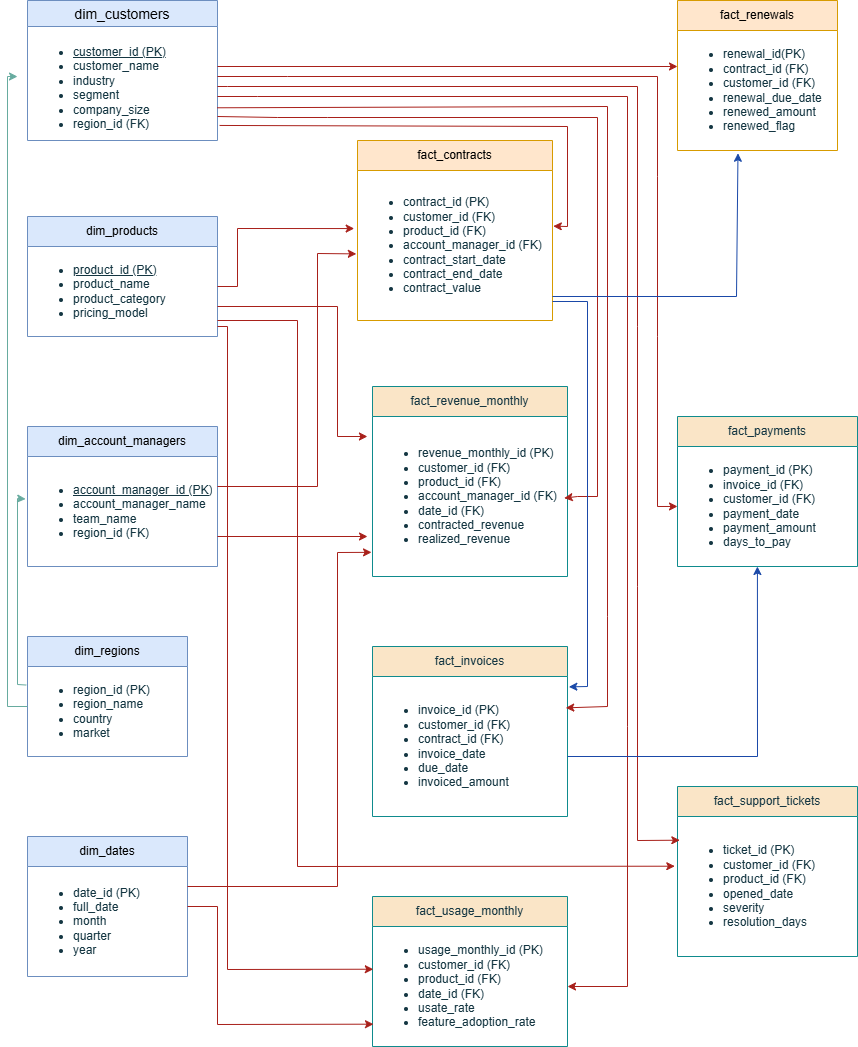
The draw.io diagram images/erd.drawio.png in gitTSM/revenue-leakage-retention-command-center, before a commit. Source tidied: cells renumbered, new cells last; positions are measured from the earlier drawing's top-left corner, leaving out a move shared by most shapes. Its diagram source:
```xml
<mxGraphModel background="#ffffff">
  <root>
    <mxCell id="0" />
    <mxCell id="1" parent="0" />
    <mxCell id="2" value="dim_products" style="swimlane;fontStyle=0;horizontal=1;startSize=30;whiteSpace=wrap;html=1;labelBackgroundColor=none;fillColor=#dae8fc;strokeColor=#6c8ebf;" parent="1" vertex="1">
      <mxGeometry x="20" y="216" width="190" height="120" as="geometry" />
    </mxCell>
    <mxCell id="3" value="&lt;ul&gt;&lt;li&gt;&lt;u&gt;product_id (PK)&lt;/u&gt;&lt;/li&gt;&lt;li&gt;product_name&lt;/li&gt;&lt;li&gt;product_category&lt;/li&gt;&lt;li&gt;pricing_model&lt;/li&gt;&lt;/ul&gt;" style="text;strokeColor=none;fillColor=none;align=left;verticalAlign=middle;spacingLeft=4;spacingRight=4;overflow=hidden;whiteSpace=wrap;html=1;labelBackgroundColor=none;fontColor=#143642;" parent="2" vertex="1">
      <mxGeometry y="30" width="190" height="90" as="geometry" />
    </mxCell>
    <mxCell id="4" value="fact_contracts" style="swimlane;fontStyle=0;horizontal=1;startSize=30;whiteSpace=wrap;html=1;labelBackgroundColor=none;fillColor=#ffe6cc;strokeColor=#d79b00;" parent="1" vertex="1">
      <mxGeometry x="350" y="140" width="195" height="180" as="geometry" />
    </mxCell>
    <mxCell id="5" value="&lt;ul&gt;&lt;li&gt;contract_id (PK)&lt;/li&gt;&lt;li&gt;customer_id (FK)&lt;/li&gt;&lt;li&gt;product_id (FK)&lt;/li&gt;&lt;li&gt;account_manager_id (FK)&lt;/li&gt;&lt;li&gt;contract_start_date&lt;/li&gt;&lt;li&gt;contract_end_date&lt;/li&gt;&lt;li&gt;contract_value&lt;/li&gt;&lt;/ul&gt;" style="text;strokeColor=none;fillColor=none;align=left;verticalAlign=middle;spacingLeft=4;spacingRight=4;overflow=hidden;points=[[0,0.5],[1,0.5]];portConstraint=eastwest;whiteSpace=wrap;html=1;labelBackgroundColor=none;fontColor=#143642;" parent="4" vertex="1">
      <mxGeometry y="30" width="195" height="150" as="geometry" />
    </mxCell>
    <mxCell id="6" value="dim_customers" style="swimlane;fontStyle=0;horizontal=1;startSize=26;align=center;fontSize=14;labelBackgroundColor=none;fillColor=#dae8fc;strokeColor=#6c8ebf;" parent="1" vertex="1">
      <mxGeometry x="20" width="190" height="140" as="geometry" />
    </mxCell>
    <mxCell id="7" value="&lt;div&gt;&lt;ul&gt;&lt;li&gt;&lt;u&gt;customer_id (PK)&lt;/u&gt;&lt;/li&gt;&lt;li&gt;customer_name&lt;/li&gt;&lt;li&gt;industry&lt;/li&gt;&lt;li&gt;segment&lt;/li&gt;&lt;li&gt;company_size&lt;/li&gt;&lt;li&gt;region_id (FK)&lt;/li&gt;&lt;/ul&gt;&lt;/div&gt;" style="text;strokeColor=none;fillColor=none;spacingLeft=4;spacingRight=4;overflow=hidden;points=[[0,0.5],[1,0.5]];portConstraint=eastwest;fontSize=12;whiteSpace=wrap;html=1;labelBackgroundColor=none;fontColor=#143642;" parent="6" vertex="1">
      <mxGeometry y="26" width="190" height="114" as="geometry" />
    </mxCell>
    <mxCell id="8" value="dim_account_managers" style="swimlane;fontStyle=0;horizontal=1;startSize=30;whiteSpace=wrap;html=1;labelBackgroundColor=none;fillColor=#dae8fc;strokeColor=#6c8ebf;" parent="1" vertex="1">
      <mxGeometry x="20" y="426" width="190" height="140" as="geometry" />
    </mxCell>
    <mxCell id="9" value="&lt;ul&gt;&lt;li&gt;&lt;u&gt;account_manager_id (PK)&lt;/u&gt;&lt;/li&gt;&lt;li&gt;account_manager_name&lt;/li&gt;&lt;li&gt;team_name&lt;/li&gt;&lt;li&gt;region_id (FK)&lt;/li&gt;&lt;/ul&gt;" style="text;strokeColor=none;fillColor=none;align=left;verticalAlign=middle;spacingLeft=4;spacingRight=4;overflow=hidden;points=[[0,0.5],[1,0.5]];portConstraint=eastwest;whiteSpace=wrap;html=1;labelBackgroundColor=none;fontColor=#143642;" parent="8" vertex="1">
      <mxGeometry y="30" width="190" height="110" as="geometry" />
    </mxCell>
    <mxCell id="10" value="dim_regions" style="swimlane;fontStyle=0;horizontal=1;startSize=30;whiteSpace=wrap;html=1;labelBackgroundColor=none;fillColor=#dae8fc;strokeColor=#6c8ebf;" parent="1" vertex="1">
      <mxGeometry x="20" y="636" width="160" height="120" as="geometry" />
    </mxCell>
    <mxCell id="11" value="&lt;ul&gt;&lt;li&gt;region_id (PK)&lt;/li&gt;&lt;li&gt;region_name&lt;/li&gt;&lt;li&gt;country&lt;/li&gt;&lt;li&gt;market&lt;/li&gt;&lt;/ul&gt;" style="text;strokeColor=none;fillColor=none;align=left;verticalAlign=middle;spacingLeft=4;spacingRight=4;overflow=hidden;points=[[0,0.5],[1,0.5]];portConstraint=eastwest;whiteSpace=wrap;html=1;labelBackgroundColor=none;fontColor=#143642;" parent="10" vertex="1">
      <mxGeometry y="30" width="160" height="90" as="geometry" />
    </mxCell>
    <mxCell id="12" value="dim_dates" style="swimlane;fontStyle=0;horizontal=1;startSize=30;whiteSpace=wrap;html=1;labelBackgroundColor=none;fillColor=#dae8fc;strokeColor=#6c8ebf;" parent="1" vertex="1">
      <mxGeometry x="20" y="836" width="160" height="140" as="geometry" />
    </mxCell>
    <mxCell id="13" value="&lt;ul&gt;&lt;li&gt;date_id (PK)&lt;/li&gt;&lt;li&gt;full_date&lt;/li&gt;&lt;li&gt;month&lt;/li&gt;&lt;li&gt;quarter&lt;/li&gt;&lt;li&gt;year&lt;/li&gt;&lt;/ul&gt;" style="text;strokeColor=none;fillColor=none;align=left;verticalAlign=middle;spacingLeft=4;spacingRight=4;overflow=hidden;whiteSpace=wrap;html=1;labelBackgroundColor=none;fontColor=#143642;" parent="12" vertex="1">
      <mxGeometry y="30" width="160" height="110" as="geometry" />
    </mxCell>
    <mxCell id="14" value="fact_renewals" style="swimlane;fontStyle=0;horizontal=1;startSize=30;whiteSpace=wrap;html=1;labelBackgroundColor=none;fillColor=#ffe6cc;strokeColor=#d79b00;" parent="1" vertex="1">
      <mxGeometry x="670" width="160" height="150" as="geometry" />
    </mxCell>
    <mxCell id="15" value="&lt;ul&gt;&lt;li&gt;renewal_id(PK)&lt;/li&gt;&lt;li&gt;contract_id (FK)&lt;/li&gt;&lt;li&gt;customer_id (FK)&lt;/li&gt;&lt;li&gt;renewal_due_date&lt;/li&gt;&lt;li&gt;renewed_amount&lt;/li&gt;&lt;li&gt;renewed_flag&lt;/li&gt;&lt;/ul&gt;" style="text;strokeColor=none;fillColor=none;align=left;verticalAlign=middle;spacingLeft=4;spacingRight=4;overflow=hidden;points=[[0,0.5],[1,0.5]];portConstraint=eastwest;whiteSpace=wrap;html=1;labelBackgroundColor=none;fontColor=#143642;" parent="14" vertex="1">
      <mxGeometry y="30" width="160" height="120" as="geometry" />
    </mxCell>
    <mxCell id="16" value="fact_revenue_monthly" style="swimlane;fontStyle=0;horizontal=1;startSize=30;whiteSpace=wrap;html=1;labelBackgroundColor=none;fillColor=#FAE5C7;strokeColor=#0F8B8D;fontColor=#143642;" parent="1" vertex="1">
      <mxGeometry x="365" y="386" width="195" height="190" as="geometry" />
    </mxCell>
    <mxCell id="17" value="&lt;ul&gt;&lt;li&gt;revenue_monthly_id (PK)&lt;/li&gt;&lt;li&gt;customer_id (FK)&lt;/li&gt;&lt;li&gt;product_id (FK)&lt;/li&gt;&lt;li&gt;account_manager_id (FK)&lt;/li&gt;&lt;li&gt;date_id (FK)&lt;/li&gt;&lt;li&gt;contracted_revenue&lt;/li&gt;&lt;li&gt;realized_revenue&lt;/li&gt;&lt;/ul&gt;" style="text;strokeColor=none;fillColor=none;align=left;verticalAlign=middle;spacingLeft=4;spacingRight=4;overflow=hidden;points=[[0,0.5],[1,0.5]];portConstraint=eastwest;whiteSpace=wrap;html=1;labelBackgroundColor=none;fontColor=#143642;" parent="16" vertex="1">
      <mxGeometry y="30" width="195" height="160" as="geometry" />
    </mxCell>
    <mxCell id="18" value="fact_invoices" style="swimlane;fontStyle=0;horizontal=1;startSize=30;whiteSpace=wrap;html=1;labelBackgroundColor=none;fillColor=#FAE5C7;strokeColor=#0F8B8D;fontColor=#143642;" parent="1" vertex="1">
      <mxGeometry x="365" y="646" width="195" height="170" as="geometry" />
    </mxCell>
    <mxCell id="19" value="&lt;ul&gt;&lt;li&gt;invoice_id (PK)&lt;/li&gt;&lt;li&gt;customer_id (FK)&lt;/li&gt;&lt;li&gt;contract_id (FK)&lt;/li&gt;&lt;li&gt;invoice_date&lt;/li&gt;&lt;li&gt;due_date&lt;/li&gt;&lt;li&gt;invoiced_amount&lt;/li&gt;&lt;/ul&gt;" style="text;strokeColor=none;fillColor=none;align=left;verticalAlign=middle;spacingLeft=4;spacingRight=4;overflow=hidden;points=[[0,0.5],[1,0.5]];portConstraint=eastwest;whiteSpace=wrap;html=1;labelBackgroundColor=none;fontColor=#143642;" parent="18" vertex="1">
      <mxGeometry y="30" width="195" height="140" as="geometry" />
    </mxCell>
    <mxCell id="20" value="fact_payments" style="swimlane;fontStyle=0;horizontal=1;startSize=30;whiteSpace=wrap;html=1;labelBackgroundColor=none;fillColor=#FAE5C7;strokeColor=#0F8B8D;fontColor=#143642;" parent="1" vertex="1">
      <mxGeometry x="670" y="416" width="180" height="150" as="geometry" />
    </mxCell>
    <mxCell id="21" value="&lt;ul&gt;&lt;li&gt;payment_id (PK)&lt;/li&gt;&lt;li&gt;invoice_id (FK)&lt;/li&gt;&lt;li&gt;customer_id (FK)&lt;/li&gt;&lt;li&gt;payment_date&lt;/li&gt;&lt;li&gt;payment_amount&lt;/li&gt;&lt;li&gt;days_to_pay&lt;/li&gt;&lt;/ul&gt;" style="text;strokeColor=none;fillColor=none;align=left;verticalAlign=middle;spacingLeft=4;spacingRight=4;overflow=hidden;points=[[0,0.5],[1,0.5]];portConstraint=eastwest;whiteSpace=wrap;html=1;labelBackgroundColor=none;fontColor=#143642;" parent="20" vertex="1">
      <mxGeometry y="30" width="180" height="120" as="geometry" />
    </mxCell>
    <mxCell id="22" value="fact_usage_monthly" style="swimlane;fontStyle=0;horizontal=1;startSize=30;whiteSpace=wrap;html=1;labelBackgroundColor=none;fillColor=#FAE5C7;strokeColor=#0F8B8D;fontColor=#143642;" parent="1" vertex="1">
      <mxGeometry x="365" y="896" width="195" height="150" as="geometry" />
    </mxCell>
    <mxCell id="23" value="&lt;ul&gt;&lt;li&gt;usage_monthly_id (PK)&lt;/li&gt;&lt;li&gt;customer_id (FK)&lt;/li&gt;&lt;li&gt;product_id (FK)&lt;/li&gt;&lt;li&gt;date_id (FK)&lt;/li&gt;&lt;li&gt;usate_rate&lt;/li&gt;&lt;li&gt;feature_adoption_rate&lt;/li&gt;&lt;/ul&gt;" style="text;strokeColor=none;fillColor=none;align=left;verticalAlign=middle;spacingLeft=4;spacingRight=4;overflow=hidden;points=[[0,0.5],[1,0.5]];portConstraint=eastwest;whiteSpace=wrap;html=1;labelBackgroundColor=none;fontColor=#143642;" parent="22" vertex="1">
      <mxGeometry y="30" width="195" height="120" as="geometry" />
    </mxCell>
    <mxCell id="24" value="fact_support_tickets" style="swimlane;fontStyle=0;horizontal=1;startSize=30;whiteSpace=wrap;html=1;labelBackgroundColor=none;fillColor=#FAE5C7;strokeColor=#0F8B8D;fontColor=#143642;" parent="1" vertex="1">
      <mxGeometry x="670" y="786" width="180" height="170" as="geometry" />
    </mxCell>
    <mxCell id="25" value="&lt;ul&gt;&lt;li&gt;ticket_id (PK)&lt;/li&gt;&lt;li&gt;customer_id (FK)&lt;/li&gt;&lt;li&gt;product_id (FK)&lt;br&gt;&lt;/li&gt;&lt;li&gt;opened_date&lt;/li&gt;&lt;li&gt;severity&lt;/li&gt;&lt;li&gt;resolution_days&lt;/li&gt;&lt;/ul&gt;" style="text;strokeColor=none;fillColor=none;align=left;verticalAlign=middle;spacingLeft=4;spacingRight=4;overflow=hidden;points=[[0,0.5],[1,0.5]];portConstraint=eastwest;whiteSpace=wrap;html=1;labelBackgroundColor=none;fontColor=#143642;" parent="24" vertex="1">
      <mxGeometry y="30" width="180" height="140" as="geometry" />
    </mxCell>
    <mxCell id="26" style="endArrow=classic;html=1;rounded=0;strokeColor=#A8201A;fontColor=#143642;fillColor=#FAE5C7;entryX=0;entryY=0.3;entryDx=0;entryDy=0;entryPerimeter=0;" parent="1" edge="1" target="15">
      <mxGeometry relative="1" as="geometry">
        <mxPoint x="210" y="66" as="sourcePoint" />
      </mxGeometry>
    </mxCell>
    <mxCell id="27" style="endArrow=classic;html=1;rounded=0;strokeColor=#A8201A;fontColor=#143642;fillColor=#FAE5C7;entryX=0.983;entryY=0.379;entryDx=0;entryDy=0;entryPerimeter=0;" parent="1" edge="1">
      <mxGeometry relative="1" as="geometry">
        <mxPoint x="210" y="116" as="sourcePoint" />
        <mxPoint x="556.7" y="497.6" as="targetPoint" />
        <Array as="points">
          <mxPoint x="270" y="117" />
          <mxPoint x="320" y="117" />
          <mxPoint x="590" y="117" />
          <mxPoint x="590" y="496" />
          <mxPoint x="570" y="496" />
        </Array>
      </mxGeometry>
    </mxCell>
    <mxCell id="28" style="endArrow=classic;html=1;rounded=0;strokeColor=#A8201A;fontColor=#143642;fillColor=#FAE5C7;entryX=1;entryY=0.5;entryDx=0;entryDy=0;" parent="1" edge="1" target="23">
      <mxGeometry relative="1" as="geometry">
        <mxPoint x="210" y="96" as="sourcePoint" />
        <Array as="points">
          <mxPoint x="250" y="96" />
          <mxPoint x="620" y="96" />
          <mxPoint x="620" y="726" />
          <mxPoint x="620" y="986" />
        </Array>
      </mxGeometry>
    </mxCell>
    <mxCell id="29" style="endArrow=classic;html=1;rounded=0;strokeColor=#A8201A;fontColor=#143642;fillColor=#FAE5C7;entryX=0;entryY=0.583;entryDx=0;entryDy=0;entryPerimeter=0;" parent="1" edge="1">
      <mxGeometry relative="1" as="geometry">
        <mxPoint x="210" y="76" as="sourcePoint" />
        <mxPoint x="670" y="506" as="targetPoint" />
        <Array as="points">
          <mxPoint x="280" y="76" />
          <mxPoint x="650" y="76" />
          <mxPoint x="650" y="176" />
          <mxPoint x="650" y="336" />
          <mxPoint x="650" y="506" />
        </Array>
      </mxGeometry>
    </mxCell>
    <mxCell id="30" style="endArrow=classic;html=1;rounded=0;strokeColor=#A8201A;fontColor=#143642;fillColor=#FAE5C7;exitX=0.998;exitY=0.713;exitDx=0;exitDy=0;exitPerimeter=0;entryX=0.991;entryY=0.224;entryDx=0;entryDy=0;entryPerimeter=0;" parent="1" edge="1" source="7" target="19">
      <mxGeometry relative="1" as="geometry">
        <Array as="points">
          <mxPoint x="600" y="106" />
          <mxPoint x="600" y="616" />
          <mxPoint x="600" y="706" />
        </Array>
      </mxGeometry>
    </mxCell>
    <mxCell id="31" style="endArrow=classic;html=1;rounded=0;strokeColor=#A8201A;fontColor=#143642;fillColor=#FAE5C7;entryX=0.013;entryY=0.455;entryDx=0;entryDy=0;entryPerimeter=0;" parent="1" edge="1">
      <mxGeometry relative="1" as="geometry">
        <mxPoint x="210" y="86" as="sourcePoint" />
        <mxPoint x="672.3" y="839.7" as="targetPoint" />
        <Array as="points">
          <mxPoint x="220" y="86" />
          <mxPoint x="630" y="86" />
          <mxPoint x="630" y="326" />
          <mxPoint x="630" y="586" />
          <mxPoint x="630" y="840" />
        </Array>
      </mxGeometry>
    </mxCell>
    <mxCell id="32" style="endArrow=classic;html=1;rounded=0;strokeColor=#A8201A;fontColor=#143642;fillColor=#FAE5C7;entryX=1.004;entryY=0.371;entryDx=0;entryDy=0;entryPerimeter=0;exitX=1.011;exitY=0.868;exitDx=0;exitDy=0;exitPerimeter=0;" parent="1" edge="1" source="7" target="5">
      <mxGeometry relative="1" as="geometry">
        <Array as="points">
          <mxPoint x="560" y="126" />
          <mxPoint x="560" y="226" />
        </Array>
      </mxGeometry>
    </mxCell>
    <mxCell id="33" style="endArrow=classic;html=1;rounded=0;strokeColor=#A8201A;fontColor=#143642;fillColor=#FAE5C7;entryX=-0.017;entryY=0.387;entryDx=0;entryDy=0;entryPerimeter=0;" parent="1" edge="1" target="5">
      <mxGeometry relative="1" as="geometry">
        <mxPoint x="210" y="286" as="sourcePoint" />
        <Array as="points">
          <mxPoint x="230" y="286" />
          <mxPoint x="230" y="228" />
        </Array>
      </mxGeometry>
    </mxCell>
    <mxCell id="34" style="endArrow=classic;html=1;rounded=0;strokeColor=#A8201A;fontColor=#143642;fillColor=#FAE5C7;entryX=-0.026;entryY=0.125;entryDx=0;entryDy=0;entryPerimeter=0;" parent="1" edge="1" target="17">
      <mxGeometry relative="1" as="geometry">
        <mxPoint x="210" y="306" as="sourcePoint" />
        <Array as="points">
          <mxPoint x="330" y="306" />
          <mxPoint x="330" y="436" />
        </Array>
      </mxGeometry>
    </mxCell>
    <mxCell id="35" style="endArrow=classic;html=1;rounded=0;strokeColor=#A8201A;fontColor=#143642;fillColor=#FAE5C7;entryX=-0.015;entryY=0.355;entryDx=0;entryDy=0;entryPerimeter=0;" parent="1" edge="1" target="25">
      <mxGeometry relative="1" as="geometry">
        <mxPoint x="210" y="320" as="sourcePoint" />
        <Array as="points">
          <mxPoint x="290" y="320" />
          <mxPoint x="290" y="866" />
        </Array>
      </mxGeometry>
    </mxCell>
    <mxCell id="36" style="endArrow=classic;html=1;rounded=0;strokeColor=#A8201A;fontColor=#143642;fillColor=#FAE5C7;entryX=0.004;entryY=0.356;entryDx=0;entryDy=0;entryPerimeter=0;" parent="1" edge="1" target="23">
      <mxGeometry relative="1" as="geometry">
        <mxPoint x="210" y="326" as="sourcePoint" />
        <Array as="points">
          <mxPoint x="220" y="326" />
          <mxPoint x="220" y="969" />
        </Array>
      </mxGeometry>
    </mxCell>
    <mxCell id="37" style="endArrow=classic;html=1;rounded=0;strokeColor=#A8201A;fontColor=#143642;fillColor=#FAE5C7;entryX=-0.006;entryY=0.556;entryDx=0;entryDy=0;entryPerimeter=0;" parent="1" edge="1" target="5">
      <mxGeometry relative="1" as="geometry">
        <mxPoint x="210" y="486" as="sourcePoint" />
        <Array as="points">
          <mxPoint x="310" y="486" />
          <mxPoint x="310" y="253" />
        </Array>
      </mxGeometry>
    </mxCell>
    <mxCell id="38" style="endArrow=classic;html=1;rounded=0;strokeColor=#A8201A;fontColor=#143642;fillColor=#FAE5C7;" parent="1" edge="1">
      <mxGeometry relative="1" as="geometry">
        <mxPoint x="210" y="536" as="sourcePoint" />
        <mxPoint x="360" y="536" as="targetPoint" />
      </mxGeometry>
    </mxCell>
    <mxCell id="39" style="endArrow=classic;html=1;rounded=0;strokeColor=#67AB9F;fontColor=#143642;fillColor=#FAE5C7;entryX=0;entryY=0.439;entryDx=0;entryDy=0;entryPerimeter=0;" parent="1" edge="1">
      <mxGeometry relative="1" as="geometry">
        <mxPoint x="20" y="706" as="sourcePoint" />
        <mxPoint x="10" y="76" as="targetPoint" />
        <Array as="points">
          <mxPoint y="706" />
          <mxPoint y="76" />
        </Array>
      </mxGeometry>
    </mxCell>
    <mxCell id="40" style="endArrow=classic;html=1;rounded=0;strokeColor=#67AB9F;fontColor=#143642;fillColor=#FAE5C7;exitX=-0.008;exitY=0.206;exitDx=0;exitDy=0;exitPerimeter=0;entryX=-0.01;entryY=0.386;entryDx=0;entryDy=0;entryPerimeter=0;" parent="1" edge="1" source="11" target="9">
      <mxGeometry relative="1" as="geometry">
        <Array as="points">
          <mxPoint x="10" y="684" />
          <mxPoint x="10" y="498" />
        </Array>
      </mxGeometry>
    </mxCell>
    <mxCell id="41" style="endArrow=classic;html=1;rounded=0;strokeColor=#A8201A;fontColor=#143642;fillColor=#FAE5C7;entryX=0.005;entryY=0.814;entryDx=0;entryDy=0;entryPerimeter=0;" parent="1" edge="1" target="23">
      <mxGeometry relative="1" as="geometry">
        <mxPoint x="180" y="906" as="sourcePoint" />
        <Array as="points">
          <mxPoint x="210" y="906" />
          <mxPoint x="210" y="1024" />
        </Array>
      </mxGeometry>
    </mxCell>
    <mxCell id="42" style="endArrow=classic;html=1;rounded=0;strokeColor=#A8201A;fontColor=#143642;fillColor=#FAE5C7;entryX=-0.005;entryY=0.849;entryDx=0;entryDy=0;entryPerimeter=0;" parent="1" edge="1" target="17">
      <mxGeometry relative="1" as="geometry">
        <mxPoint x="180" y="886" as="sourcePoint" />
        <Array as="points">
          <mxPoint x="330" y="886" />
          <mxPoint x="330" y="552" />
        </Array>
      </mxGeometry>
    </mxCell>
    <mxCell id="43" style="endArrow=classic;html=1;rounded=0;strokeColor=light-dark(#1a49a8, #ffa19c);fontColor=#143642;fillColor=#FAE5C7;exitX=1;exitY=0.84;exitDx=0;exitDy=0;exitPerimeter=0;entryX=0.378;entryY=1.023;entryDx=0;entryDy=0;entryPerimeter=0;" parent="1" edge="1" source="5" target="15">
      <mxGeometry relative="1" as="geometry">
        <Array as="points">
          <mxPoint x="729" y="296" />
        </Array>
      </mxGeometry>
    </mxCell>
    <mxCell id="44" style="endArrow=classic;html=1;rounded=0;strokeColor=#1A49A8;fontColor=#143642;fillColor=#FAE5C7;entryX=1.007;entryY=0.074;entryDx=0;entryDy=0;entryPerimeter=0;" parent="1" edge="1" target="19">
      <mxGeometry relative="1" as="geometry">
        <mxPoint x="545" y="301" as="sourcePoint" />
        <Array as="points">
          <mxPoint x="580" y="301" />
          <mxPoint x="580" y="686" />
        </Array>
      </mxGeometry>
    </mxCell>
    <mxCell id="45" style="endArrow=classic;html=1;rounded=0;strokeColor=#1A49A8;fontColor=#143642;fillColor=#FAE5C7;entryX=0.444;entryY=1;entryDx=0;entryDy=0;entryPerimeter=0;" parent="1" edge="1" target="21">
      <mxGeometry relative="1" as="geometry">
        <mxPoint x="560" y="756" as="sourcePoint" />
        <Array as="points">
          <mxPoint x="750" y="756" />
        </Array>
      </mxGeometry>
    </mxCell>
  </root>
</mxGraphModel>
```
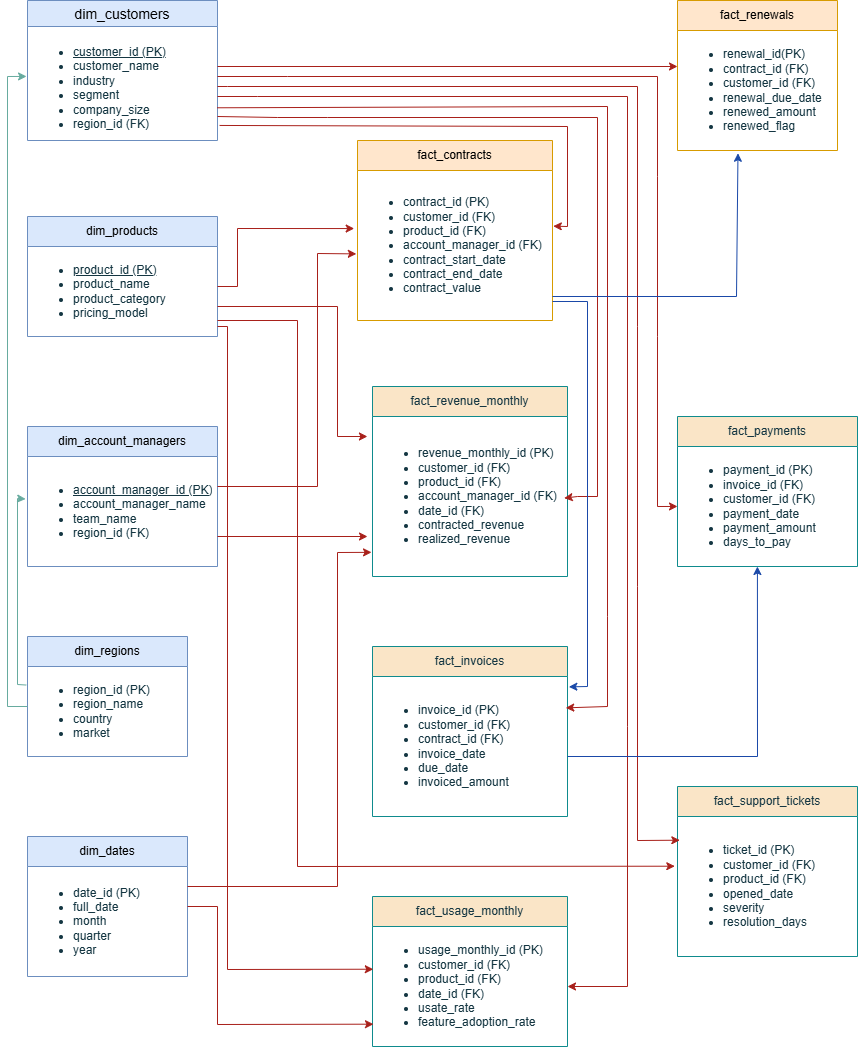
After the change.

Diff of the diagram source:
```diff
@@ -197,10 +197,9 @@
         <mxPoint x="360" y="536" as="targetPoint" />
       </mxGeometry>
     </mxCell>
-    <mxCell id="39" style="endArrow=classic;html=1;rounded=0;strokeColor=#67AB9F;fontColor=#143642;fillColor=#FAE5C7;entryX=0;entryY=0.439;entryDx=0;entryDy=0;entryPerimeter=0;" parent="1" edge="1">
+    <mxCell id="39" style="endArrow=classic;html=1;rounded=0;strokeColor=#67AB9F;fontColor=#143642;fillColor=#FAE5C7;entryX=-0.005;entryY=0.438;entryDx=0;entryDy=0;entryPerimeter=0;" parent="1" edge="1" target="7">
       <mxGeometry relative="1" as="geometry">
         <mxPoint x="20" y="706" as="sourcePoint" />
-        <mxPoint x="10" y="76" as="targetPoint" />
         <Array as="points">
           <mxPoint y="706" />
           <mxPoint y="76" />
```
